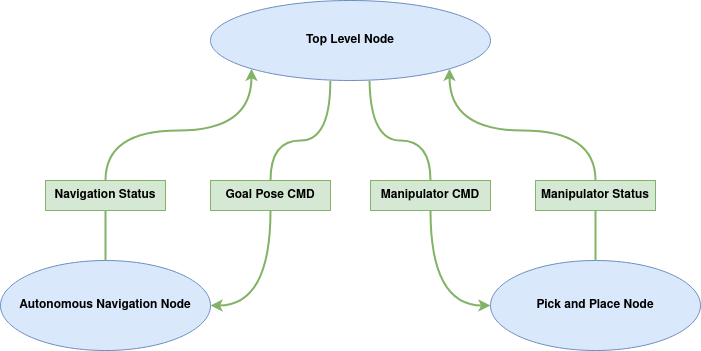
Before: Figures/figTopLevelMethod.drawio.png, a diagram exported from draw.io (orjano-max/ORJANOS_MASTER_REPO). Source tidied: cells renumbered, new cells last; positions are measured from the earlier drawing's top-left corner, leaving out a move shared by most shapes. The source it was exported from:
```xml
<mxGraphModel>
  <root>
    <mxCell id="0" />
    <mxCell id="1" parent="0" />
    <mxCell id="2" value="Autonomous Navigation Node" style="ellipse;whiteSpace=wrap;html=1;fillColor=#dae8fc;strokeColor=#6c8ebf;fontStyle=1;" parent="1" vertex="1">
      <mxGeometry y="260" width="210" height="90" as="geometry" />
    </mxCell>
    <mxCell id="3" value="Pick and Place Node" style="ellipse;whiteSpace=wrap;html=1;fillColor=#dae8fc;strokeColor=#6c8ebf;fontStyle=1;" parent="1" vertex="1">
      <mxGeometry x="490" y="260" width="210" height="90" as="geometry" />
    </mxCell>
    <mxCell id="4" value="Top Level Node" style="ellipse;whiteSpace=wrap;html=1;fillColor=#dae8fc;strokeColor=#6c8ebf;fontStyle=1;" parent="1" vertex="1">
      <mxGeometry x="210" width="280" height="80" as="geometry" />
    </mxCell>
    <mxCell id="5" value="&lt;b&gt;Goal Pose CMD&lt;br&gt;&lt;/b&gt;" style="rounded=0;whiteSpace=wrap;html=1;fillColor=#d5e8d4;strokeColor=#82b366;" parent="1" vertex="1">
      <mxGeometry x="210" y="180" width="120" height="30" as="geometry" />
    </mxCell>
    <mxCell id="6" style="edgeStyle=orthogonalEdgeStyle;jettySize=auto;html=1;curved=1;fillColor=#d5e8d4;strokeColor=#82b366;strokeWidth=2;rounded=0;exitX=0.428;exitY=1.002;exitDx=0;exitDy=0;entryX=0.5;entryY=0;entryDx=0;entryDy=0;endArrow=none;endFill=0;exitPerimeter=0;" parent="1" edge="1" source="4" target="5">
      <mxGeometry relative="1" as="geometry">
        <Array as="points">
          <mxPoint x="330" y="140" />
          <mxPoint x="270" y="140" />
        </Array>
      </mxGeometry>
    </mxCell>
    <mxCell id="7" style="edgeStyle=orthogonalEdgeStyle;jettySize=auto;html=1;curved=1;fillColor=#d5e8d4;strokeColor=#82b366;strokeWidth=2;rounded=0;exitX=0.5;exitY=1;exitDx=0;exitDy=0;entryX=1;entryY=0.5;entryDx=0;entryDy=0;" parent="1" edge="1" source="5" target="2">
      <mxGeometry relative="1" as="geometry">
        <Array as="points">
          <mxPoint x="270" y="305" />
        </Array>
      </mxGeometry>
    </mxCell>
    <mxCell id="8" value="&lt;b&gt;Navigation Status&lt;br&gt;&lt;/b&gt;" style="rounded=0;whiteSpace=wrap;html=1;fillColor=#d5e8d4;strokeColor=#82b366;" parent="1" vertex="1">
      <mxGeometry x="45" y="180" width="120" height="30" as="geometry" />
    </mxCell>
    <mxCell id="9" style="edgeStyle=orthogonalEdgeStyle;jettySize=auto;html=1;curved=1;fillColor=#d5e8d4;strokeColor=#82b366;strokeWidth=2;rounded=0;exitX=0.5;exitY=0;exitDx=0;exitDy=0;entryX=0;entryY=1;entryDx=0;entryDy=0;" parent="1" edge="1" source="8" target="4">
      <mxGeometry relative="1" as="geometry" />
    </mxCell>
    <mxCell id="10" style="edgeStyle=orthogonalEdgeStyle;jettySize=auto;html=1;curved=1;fillColor=#d5e8d4;strokeColor=#82b366;strokeWidth=2;rounded=0;exitX=0.5;exitY=1;exitDx=0;exitDy=0;entryX=0.5;entryY=0;entryDx=0;entryDy=0;endArrow=none;endFill=0;" parent="1" edge="1" source="8" target="2">
      <mxGeometry relative="1" as="geometry" />
    </mxCell>
    <mxCell id="11" style="edgeStyle=orthogonalEdgeStyle;jettySize=auto;html=1;curved=1;fillColor=#d5e8d4;strokeColor=#82b366;strokeWidth=2;rounded=0;exitX=1;exitY=1;exitDx=0;exitDy=0;endArrow=none;endFill=0;startArrow=classic;startFill=1;entryX=0.5;entryY=0;entryDx=0;entryDy=0;" parent="1" edge="1" source="4" target="12">
      <mxGeometry relative="1" as="geometry">
        <Array as="points">
          <mxPoint x="449" y="130" />
          <mxPoint x="595" y="130" />
        </Array>
      </mxGeometry>
    </mxCell>
    <mxCell id="12" value="&lt;b&gt;Manipulator Status&lt;br&gt;&lt;/b&gt;" style="rounded=0;whiteSpace=wrap;html=1;fillColor=#d5e8d4;strokeColor=#82b366;" parent="1" vertex="1">
      <mxGeometry x="535" y="180" width="120" height="30" as="geometry" />
    </mxCell>
    <mxCell id="13" style="edgeStyle=orthogonalEdgeStyle;jettySize=auto;html=1;curved=1;fillColor=#d5e8d4;strokeColor=#82b366;strokeWidth=2;rounded=0;exitX=0.5;exitY=1;exitDx=0;exitDy=0;entryX=0.5;entryY=0;entryDx=0;entryDy=0;endArrow=none;endFill=0;" parent="1" edge="1" source="12" target="3">
      <mxGeometry relative="1" as="geometry">
        <Array as="points">
          <mxPoint x="595" y="210" />
          <mxPoint x="595" y="260" />
        </Array>
      </mxGeometry>
    </mxCell>
    <mxCell id="14" value="&lt;b&gt;Manipulator CMD&lt;br&gt;&lt;/b&gt;" style="rounded=0;whiteSpace=wrap;html=1;fillColor=#d5e8d4;strokeColor=#82b366;" parent="1" vertex="1">
      <mxGeometry x="370" y="180" width="120" height="30" as="geometry" />
    </mxCell>
    <mxCell id="15" style="edgeStyle=orthogonalEdgeStyle;jettySize=auto;html=1;curved=1;fillColor=#d5e8d4;strokeColor=#82b366;strokeWidth=2;rounded=0;exitX=0.568;exitY=1.002;exitDx=0;exitDy=0;entryX=0.5;entryY=0;entryDx=0;entryDy=0;endArrow=none;endFill=0;exitPerimeter=0;" parent="1" edge="1" source="4" target="14">
      <mxGeometry relative="1" as="geometry">
        <Array as="points">
          <mxPoint x="370" y="80" />
          <mxPoint x="370" y="140" />
          <mxPoint x="430" y="140" />
        </Array>
      </mxGeometry>
    </mxCell>
    <mxCell id="16" style="edgeStyle=orthogonalEdgeStyle;jettySize=auto;html=1;curved=1;fillColor=#d5e8d4;strokeColor=#82b366;strokeWidth=2;rounded=0;exitX=0.5;exitY=1;exitDx=0;exitDy=0;entryX=0;entryY=0.5;entryDx=0;entryDy=0;" parent="1" edge="1" source="14" target="3">
      <mxGeometry relative="1" as="geometry" />
    </mxCell>
  </root>
</mxGraphModel>
```
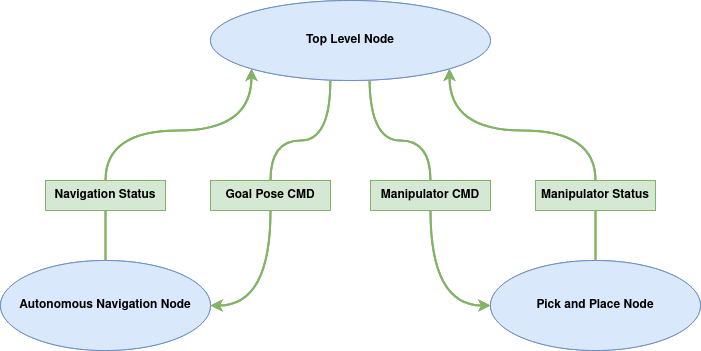
After the change.

The edit, as a diff of the source:
```diff
@@ -72,5 +72,75 @@
     <mxCell id="16" style="edgeStyle=orthogonalEdgeStyle;jettySize=auto;html=1;curved=1;fillColor=#d5e8d4;strokeColor=#82b366;strokeWidth=2;rounded=0;exitX=0.5;exitY=1;exitDx=0;exitDy=0;entryX=0;entryY=0.5;entryDx=0;entryDy=0;" parent="1" edge="1" source="14" target="3">
       <mxGeometry relative="1" as="geometry" />
     </mxCell>
+    <mxCell id="17" value="Autonomous Navigation Node" style="ellipse;whiteSpace=wrap;html=1;fillColor=#dae8fc;strokeColor=#6c8ebf;fontStyle=1;" parent="1" vertex="1">
+      <mxGeometry y="260" width="210" height="90" as="geometry" />
+    </mxCell>
+    <mxCell id="18" value="Pick and Place Node" style="ellipse;whiteSpace=wrap;html=1;fillColor=#dae8fc;strokeColor=#6c8ebf;fontStyle=1;" parent="1" vertex="1">
+      <mxGeometry x="490" y="260" width="210" height="90" as="geometry" />
+    </mxCell>
+    <mxCell id="19" value="Top Level Node" style="ellipse;whiteSpace=wrap;html=1;fillColor=#dae8fc;strokeColor=#6c8ebf;fontStyle=1;" parent="1" vertex="1">
+      <mxGeometry x="210" width="280" height="80" as="geometry" />
+    </mxCell>
+    <mxCell id="20" value="&lt;b&gt;Goal Pose CMD&lt;br&gt;&lt;/b&gt;" style="rounded=0;whiteSpace=wrap;html=1;fillColor=#d5e8d4;strokeColor=#82b366;" parent="1" vertex="1">
+      <mxGeometry x="210" y="180" width="120" height="30" as="geometry" />
+    </mxCell>
+    <mxCell id="21" style="edgeStyle=orthogonalEdgeStyle;jettySize=auto;html=1;curved=1;fillColor=#d5e8d4;strokeColor=#82b366;strokeWidth=2;rounded=0;exitX=0.428;exitY=1.002;exitDx=0;exitDy=0;entryX=0.5;entryY=0;entryDx=0;entryDy=0;endArrow=none;endFill=0;exitPerimeter=0;" parent="1" edge="1" source="19" target="20">
+      <mxGeometry relative="1" as="geometry">
+        <Array as="points">
+          <mxPoint x="330" y="140" />
+          <mxPoint x="270" y="140" />
+        </Array>
+      </mxGeometry>
+    </mxCell>
+    <mxCell id="22" style="edgeStyle=orthogonalEdgeStyle;jettySize=auto;html=1;curved=1;fillColor=#d5e8d4;strokeColor=#82b366;strokeWidth=2;rounded=0;exitX=0.5;exitY=1;exitDx=0;exitDy=0;entryX=1;entryY=0.5;entryDx=0;entryDy=0;" parent="1" edge="1" source="20" target="17">
+      <mxGeometry relative="1" as="geometry">
+        <Array as="points">
+          <mxPoint x="270" y="305" />
+        </Array>
+      </mxGeometry>
+    </mxCell>
+    <mxCell id="23" value="&lt;b&gt;Navigation Status&lt;br&gt;&lt;/b&gt;" style="rounded=0;whiteSpace=wrap;html=1;fillColor=#d5e8d4;strokeColor=#82b366;" parent="1" vertex="1">
+      <mxGeometry x="45" y="180" width="120" height="30" as="geometry" />
+    </mxCell>
+    <mxCell id="24" style="edgeStyle=orthogonalEdgeStyle;jettySize=auto;html=1;curved=1;fillColor=#d5e8d4;strokeColor=#82b366;strokeWidth=2;rounded=0;exitX=0.5;exitY=0;exitDx=0;exitDy=0;entryX=0;entryY=1;entryDx=0;entryDy=0;" parent="1" edge="1" source="23" target="19">
+      <mxGeometry relative="1" as="geometry" />
+    </mxCell>
+    <mxCell id="25" style="edgeStyle=orthogonalEdgeStyle;jettySize=auto;html=1;curved=1;fillColor=#d5e8d4;strokeColor=#82b366;strokeWidth=2;rounded=0;exitX=0.5;exitY=1;exitDx=0;exitDy=0;entryX=0.5;entryY=0;entryDx=0;entryDy=0;endArrow=none;endFill=0;" parent="1" edge="1" source="23" target="17">
+      <mxGeometry relative="1" as="geometry" />
+    </mxCell>
+    <mxCell id="26" style="edgeStyle=orthogonalEdgeStyle;jettySize=auto;html=1;curved=1;fillColor=#d5e8d4;strokeColor=#82b366;strokeWidth=2;rounded=0;exitX=1;exitY=1;exitDx=0;exitDy=0;endArrow=none;endFill=0;startArrow=classic;startFill=1;entryX=0.5;entryY=0;entryDx=0;entryDy=0;" parent="1" edge="1" source="19" target="27">
+      <mxGeometry relative="1" as="geometry">
+        <Array as="points">
+          <mxPoint x="449" y="130" />
+          <mxPoint x="595" y="130" />
+        </Array>
+      </mxGeometry>
+    </mxCell>
+    <mxCell id="27" value="&lt;b&gt;Manipulator Status&lt;br&gt;&lt;/b&gt;" style="rounded=0;whiteSpace=wrap;html=1;fillColor=#d5e8d4;strokeColor=#82b366;" parent="1" vertex="1">
+      <mxGeometry x="535" y="180" width="120" height="30" as="geometry" />
+    </mxCell>
+    <mxCell id="28" style="edgeStyle=orthogonalEdgeStyle;jettySize=auto;html=1;curved=1;fillColor=#d5e8d4;strokeColor=#82b366;strokeWidth=2;rounded=0;exitX=0.5;exitY=1;exitDx=0;exitDy=0;entryX=0.5;entryY=0;entryDx=0;entryDy=0;endArrow=none;endFill=0;" parent="1" edge="1" source="27" target="18">
+      <mxGeometry relative="1" as="geometry">
+        <Array as="points">
+          <mxPoint x="595" y="210" />
+          <mxPoint x="595" y="260" />
+        </Array>
+      </mxGeometry>
+    </mxCell>
+    <mxCell id="29" value="&lt;b&gt;Manipulator CMD&lt;br&gt;&lt;/b&gt;" style="rounded=0;whiteSpace=wrap;html=1;fillColor=#d5e8d4;strokeColor=#82b366;" parent="1" vertex="1">
+      <mxGeometry x="370" y="180" width="120" height="30" as="geometry" />
+    </mxCell>
+    <mxCell id="30" style="edgeStyle=orthogonalEdgeStyle;jettySize=auto;html=1;curved=1;fillColor=#d5e8d4;strokeColor=#82b366;strokeWidth=2;rounded=0;exitX=0.568;exitY=1.002;exitDx=0;exitDy=0;entryX=0.5;entryY=0;entryDx=0;entryDy=0;endArrow=none;endFill=0;exitPerimeter=0;" parent="1" edge="1" source="19" target="29">
+      <mxGeometry relative="1" as="geometry">
+        <Array as="points">
+          <mxPoint x="370" y="80" />
+          <mxPoint x="370" y="140" />
+          <mxPoint x="430" y="140" />
+        </Array>
+      </mxGeometry>
+    </mxCell>
+    <mxCell id="31" style="edgeStyle=orthogonalEdgeStyle;jettySize=auto;html=1;curved=1;fillColor=#d5e8d4;strokeColor=#82b366;strokeWidth=2;rounded=0;exitX=0.5;exitY=1;exitDx=0;exitDy=0;entryX=0;entryY=0.5;entryDx=0;entryDy=0;" parent="1" edge="1" source="29" target="18">
+      <mxGeometry relative="1" as="geometry" />
+    </mxCell>
   </root>
 </mxGraphModel>
```
